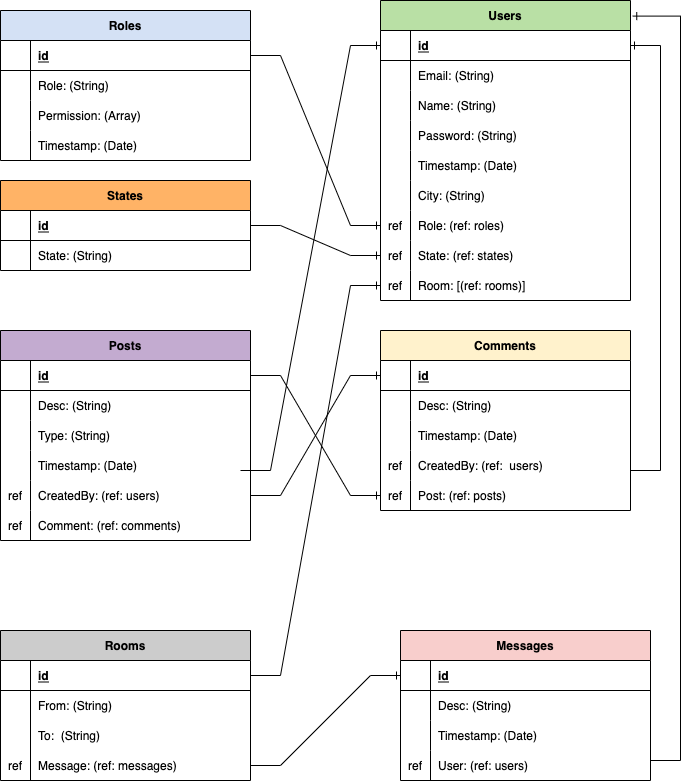
Earlier version of the draw.io export ERD_server.drawio.png (MP-Project-Ghadier/server). Source tidied: cells renumbered, new cells last; positions are measured from the earlier drawing's top-left corner, leaving out a move shared by most shapes.
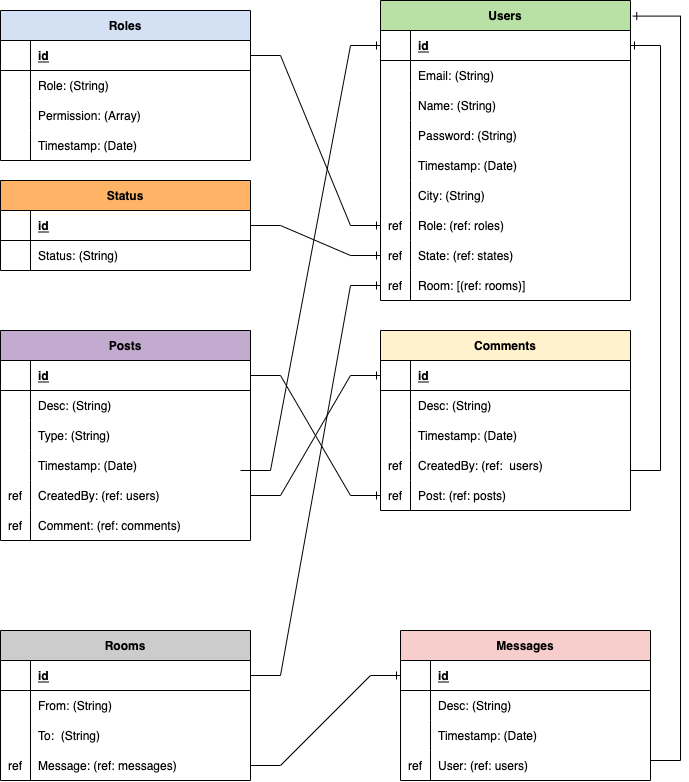
Above is the later version.

What changed in the source:
```diff
@@ -439,7 +439,7 @@
     <mxCell id="143" style="edgeStyle=entityRelationEdgeStyle;fontSize=12;html=1;endArrow=ERone;endFill=1;rounded=0;exitX=1;exitY=0.5;exitDx=0;exitDy=0;entryX=0;entryY=0.5;entryDx=0;entryDy=0;" parent="1" edge="1" source="145" target="24">
       <mxGeometry relative="1" as="geometry" />
     </mxCell>
-    <mxCell id="144" value="States" style="shape=table;startSize=30;rowLines=0;fontStyle=1;align=center;fillColor=#FFB366;" parent="1" vertex="1">
+    <mxCell id="144" value="Status" style="shape=table;startSize=30;rowLines=0;fontStyle=1;align=center;fillColor=#FFB366;" parent="1" vertex="1">
       <mxGeometry y="180" width="250" height="90" as="geometry" />
     </mxCell>
     <mxCell id="145" style="shape=partialRectangle;fillColor=none;points=[[0,0.5],[1,0.5]];portConstraint=eastwest;top=0;left=0;right=0;bottom=1;" parent="144" vertex="1">
@@ -457,7 +457,7 @@
     <mxCell id="149" style="shape=partialRectangle;overflow=hidden;fillColor=none;top=0;left=0;bottom=0;right=0;" parent="148" vertex="1">
       <mxGeometry width="30" height="30" as="geometry" />
     </mxCell>
-    <mxCell id="150" value="State: (String)" style="shape=partialRectangle;overflow=hidden;fillColor=none;top=0;left=0;bottom=0;right=0;align=left;spacingLeft=6;" parent="148" vertex="1">
+    <mxCell id="150" value="Status: (String)" style="shape=partialRectangle;overflow=hidden;fillColor=none;top=0;left=0;bottom=0;right=0;align=left;spacingLeft=6;" parent="148" vertex="1">
       <mxGeometry x="30" width="220" height="30" as="geometry" />
     </mxCell>
   </root>
```
